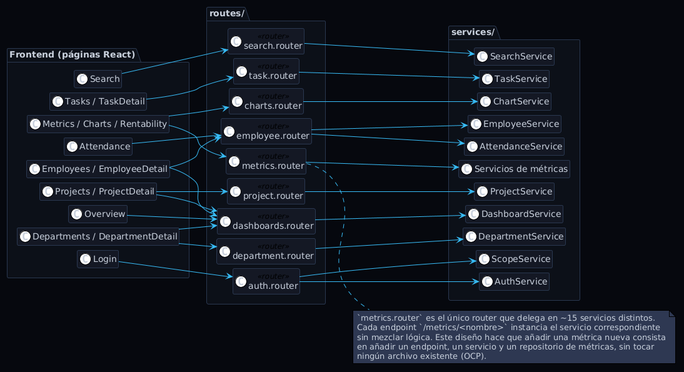
This is Estudiantes/cesar-garcia-eguiguren/Capítulo-3/imagenes/diseño/frontend-Routes-Services.png from Jorgeog25/GII-TFG-2026, a PlantUML export, as it was before one commit. Its diagram source:
```plantuml
@startuml
!theme plain
hide empty members
left to right direction

skinparam backgroundColor #07090f
skinparam classBackgroundColor #141824
skinparam classBorderColor #2a3850
skinparam packageBackgroundColor #0d1018
skinparam packageBorderColor #2a3850
skinparam defaultFontColor #c8d0dc
skinparam arrowColor #38bdf8
skinparam shadowing false
skinparam nodesep 8
skinparam ranksep 60
skinparam NoteBackgroundColor #2e3852

package "Frontend (páginas React)" {
  class Login
  class Overview
  class "Employees / EmployeeDetail"    as FE
  class "Departments / DepartmentDetail" as FD
  class "Projects / ProjectDetail"      as FP
  class "Tasks / TaskDetail"            as FT
  class "Attendance"                    as FA
  class "Search"                        as FS
  class "Metrics / Charts / Rentability" as FM
}

package "routes/" {
  class "auth.router"        as RA  <<router>>
  class "employee.router"    as RE  <<router>>
  class "department.router"  as RD  <<router>>
  class "project.router"     as RP  <<router>>
  class "task.router"        as RT  <<router>>
  class "dashboards.router"  as RDB <<router>>
  class "search.router"      as RS  <<router>>
  class "charts.router"      as RC  <<router>>
  class "metrics.router"     as RM  <<router>>
}

package "services/" {
  class AuthService
  class EmployeeService
  class DepartmentService
  class ProjectService
  class TaskService
  class DashboardService
  class ChartService
  class SearchService
  class AttendanceService
  class "Servicios de métricas" as Metricas
  class ScopeService
}

Login    --> RA
Overview --> RDB
FE       --> RE
FE       --> RDB
FD       --> RD
FD       --> RDB
FP       --> RP
FP       --> RDB
FT       --> RT
FA       --> RE
FS       --> RS
FM       --> RM
FM       --> RC

RA  --> AuthService
RA --> ScopeService
RE  --> EmployeeService
RE  --> AttendanceService
RD  --> DepartmentService
RP  --> ProjectService
RT  --> TaskService
RDB --> DashboardService
RC  --> ChartService
RS  --> SearchService
RM  --> Metricas

note right of RM
  `metrics.router` es el único router que delega en ~15 servicios distintos.
  Cada endpoint `/metrics/<nombre>` instancia el servicio correspondiente
  sin mezclar lógica. Este diseño hace que añadir una métrica nueva consista
  en añadir un endpoint, un servicio y un repositorio de métricas, sin tocar
  ningún archivo existente (OCP).
end note
@enduml
```
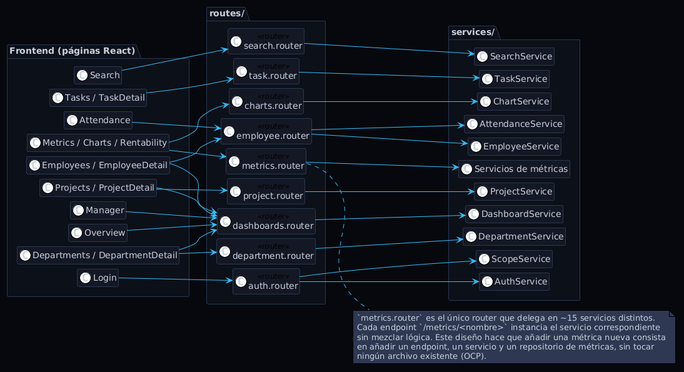
Above is the later version.

The edit, as a diff of the source:
```diff
@@ -18,6 +18,7 @@
 package "Frontend (páginas React)" {
   class Login
   class Overview
+  class "Manager" as FM2
   class "Employees / EmployeeDetail"    as FE
   class "Departments / DepartmentDetail" as FD
   class "Projects / ProjectDetail"      as FP
@@ -66,7 +67,7 @@
 FS       --> RS
 FM       --> RM
 FM       --> RC
-
+FM2 --> RDB
 RA  --> AuthService
 RA --> ScopeService
 RE  --> EmployeeService
```
